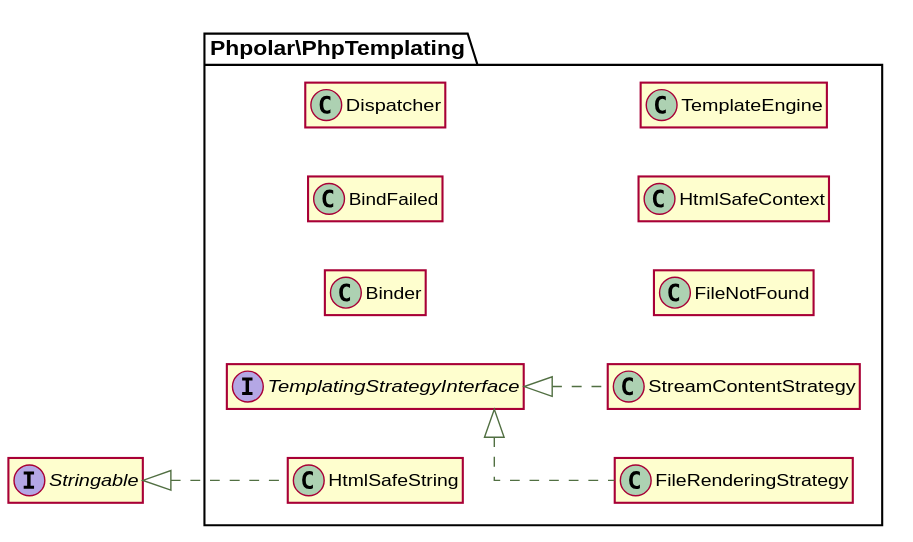
Before: docs/graphs/classes.svg, a diagram exported from PlantUML (phpolar/pure-php). Source of this version:
```plantuml
@startuml
   skinparam ArrowColor #516f42
   skinparam activityBorderColor #516f42
   skinparam activityBackgroundColor #ffffff
   skinparam activityDiamondBorderColor #516f42
   skinparam activityDiamondBackgroundColor #ffffff
   skinparam shadowing false

skinparam shadowing false
skinparam linetype ortho
hide empty members
left to right direction
set namespaceSeparator \\


class \\Phpolar\\PhpTemplating\\Binder {
}

class \\Phpolar\\PhpTemplating\\BindFailed {
}

class \\Phpolar\\PhpTemplating\\Dispatcher {
}

class \\Phpolar\\PhpTemplating\\FileNotFound {
}

class \\Phpolar\\PhpTemplating\\FileRenderingStrategy implements \\Phpolar\\PhpTemplating\\TemplatingStrategyInterface {
}

class \\Phpolar\\PhpTemplating\\HtmlSafeContext {
}

class \\Phpolar\\PhpTemplating\\HtmlSafeString implements \\Stringable {
}

class \\Phpolar\\PhpTemplating\\StreamContentStrategy implements \\Phpolar\\PhpTemplating\\TemplatingStrategyInterface {
}

class \\Phpolar\\PhpTemplating\\TemplateEngine {
}

interface \\Phpolar\\PhpTemplating\\TemplatingStrategyInterface {
}

@enduml
```
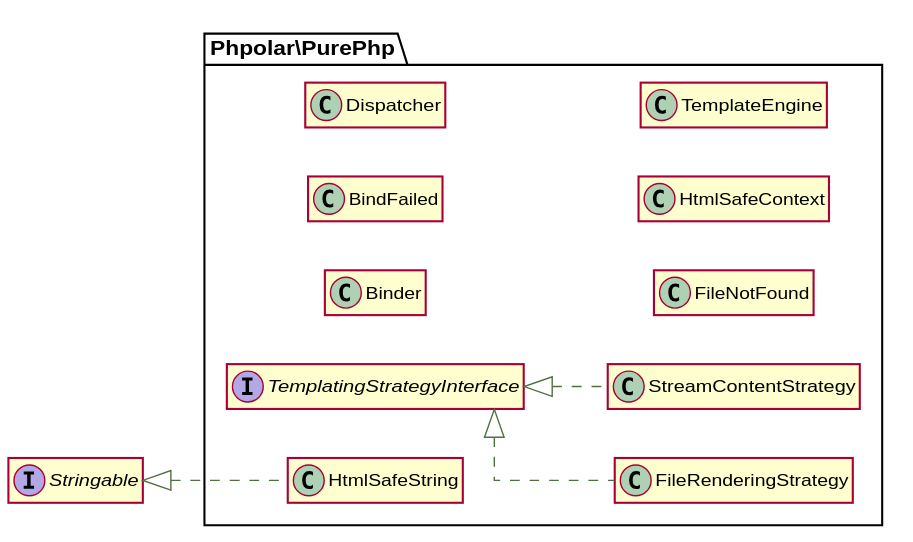
After the commit.

Diff of the diagram source:
```diff
@@ -13,34 +13,34 @@
 set namespaceSeparator \\
 
 
-class \\Phpolar\\PhpTemplating\\Binder {
+class \\Phpolar\\PurePhp\\Binder {
 }
 
-class \\Phpolar\\PhpTemplating\\BindFailed {
+class \\Phpolar\\PurePhp\\BindFailed {
 }
 
-class \\Phpolar\\PhpTemplating\\Dispatcher {
+class \\Phpolar\\PurePhp\\Dispatcher {
 }
 
-class \\Phpolar\\PhpTemplating\\FileNotFound {
+class \\Phpolar\\PurePhp\\FileNotFound {
 }
 
-class \\Phpolar\\PhpTemplating\\FileRenderingStrategy implements \\Phpolar\\PhpTemplating\\TemplatingStrategyInterface {
+class \\Phpolar\\PurePhp\\FileRenderingStrategy implements \\Phpolar\\PurePhp\\TemplatingStrategyInterface {
 }
 
-class \\Phpolar\\PhpTemplating\\HtmlSafeContext {
+class \\Phpolar\\PurePhp\\HtmlSafeContext {
 }
 
-class \\Phpolar\\PhpTemplating\\HtmlSafeString implements \\Stringable {
+class \\Phpolar\\PurePhp\\HtmlSafeString implements \\Stringable {
 }
 
-class \\Phpolar\\PhpTemplating\\StreamContentStrategy implements \\Phpolar\\PhpTemplating\\TemplatingStrategyInterface {
+class \\Phpolar\\PurePhp\\StreamContentStrategy implements \\Phpolar\\PurePhp\\TemplatingStrategyInterface {
 }
 
-class \\Phpolar\\PhpTemplating\\TemplateEngine {
+class \\Phpolar\\PurePhp\\TemplateEngine {
 }
 
-interface \\Phpolar\\PhpTemplating\\TemplatingStrategyInterface {
+interface \\Phpolar\\PurePhp\\TemplatingStrategyInterface {
 }
 
 @enduml
```
